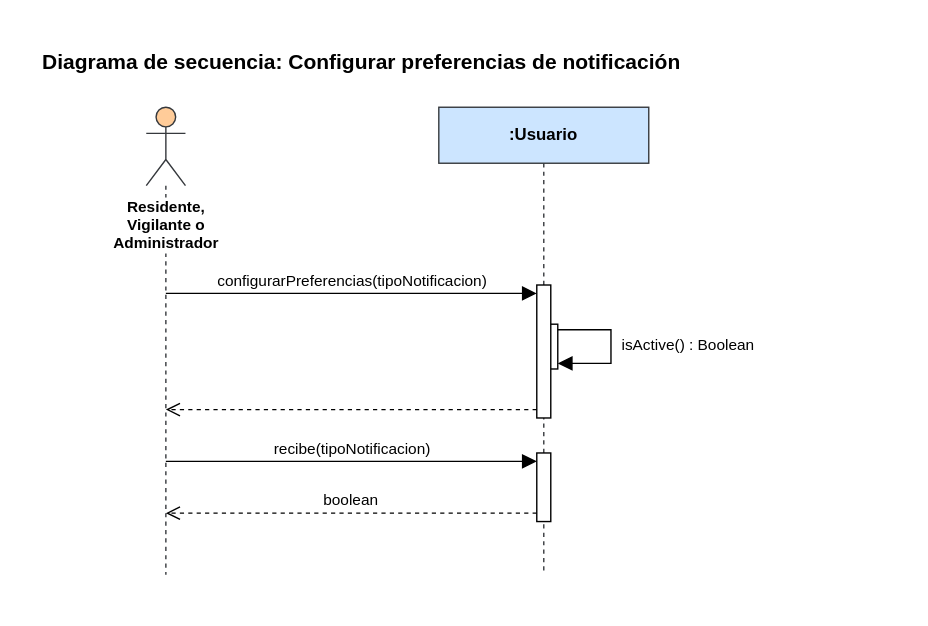
Earlier version of the draw.io export Diagramas/Secuencia/configurar-preferencias-de-notificacion.svg (manuel20051208/HorizontalSoftware-Back-End). Source tidied: cells renumbered, new cells last; positions are measured from the earlier drawing's top-left corner, leaving out a move shared by most shapes. Its diagram source:
```xml
<mxGraphModel>
  <root>
    <mxCell id="0" />
    <mxCell id="1" parent="0" />
    <mxCell id="2" value="&lt;b&gt;Diagrama de secuencia: Configurar preferencias de notificación&lt;/b&gt;" style="text;html=1;align=left;verticalAlign=top;whiteSpace=wrap;fontSize=15;" parent="1" vertex="1">
      <mxGeometry width="537" height="26" as="geometry" />
    </mxCell>
    <mxCell id="3" value="Residente,&lt;br&gt;Vigilante o&lt;br&gt;Administrador" style="shape=umlLifeline;participant=umlActor;perimeter=lifelinePerimeter;whiteSpace=nowrap;html=1;outlineConnect=0;portConstraint=eastwest;size=56;verticalAlign=top;spacingTop=58;labelBackgroundColor=#ffffff;fontStyle=1;fontSize=11;fillColor=#ffcc99;strokeColor=#36393d;" parent="1" vertex="1">
      <mxGeometry x="76" y="48" width="28" height="334" as="geometry" />
    </mxCell>
    <mxCell id="4" value=":Usuario" style="shape=umlLifeline;perimeter=lifelinePerimeter;whiteSpace=wrap;html=1;fillColor=#cce5ff;strokeColor=#36393d;fontStyle=1;fontSize=12;" parent="1" vertex="1">
      <mxGeometry x="285" y="48" width="150" height="334" as="geometry" />
    </mxCell>
    <mxCell id="5" style="html=1;points=[];perimeter=orthogonalPerimeter;fillColor=#ffffff;strokeColor=#000000;" parent="1" vertex="1">
      <mxGeometry x="360" y="203" width="10" height="32" as="geometry" />
    </mxCell>
    <mxCell id="6" style="html=1;points=[];perimeter=orthogonalPerimeter;fillColor=#ffffff;strokeColor=#000000;" parent="1" vertex="1">
      <mxGeometry x="355" y="175" width="10" height="95" as="geometry" />
    </mxCell>
    <mxCell id="7" style="html=1;points=[];perimeter=orthogonalPerimeter;fillColor=#ffffff;strokeColor=#000000;" parent="1" vertex="1">
      <mxGeometry x="355" y="295" width="10" height="49" as="geometry" />
    </mxCell>
    <mxCell id="8" value="configurarPreferencias(tipoNotificacion)" style="html=1;verticalAlign=bottom;rounded=0;fontSize=11;strokeColor=#000000;endArrow=block;endFill=1;endSize=8;exitX=0.5000;exitY=0.3982;exitDx=0;exitDy=0;exitPerimeter=0;entryX=0.0000;entryY=0.0632;entryDx=0;entryDy=0;entryPerimeter=0;" parent="1" edge="1" source="3" target="6">
      <mxGeometry relative="1" as="geometry" />
    </mxCell>
    <mxCell id="9" style="html=1;rounded=0;endArrow=block;endFill=1;endSize=8;strokeColor=#000000;exitX=1.0000;exitY=0.1250;exitDx=0;exitDy=0;exitPerimeter=0;entryX=1.0000;entryY=0.8750;entryDx=0;entryDy=0;entryPerimeter=0;" parent="1" edge="1" source="5" target="5">
      <mxGeometry relative="1" as="geometry">
        <Array as="points">
          <mxPoint x="408" y="207" />
          <mxPoint x="408" y="231" />
        </Array>
      </mxGeometry>
    </mxCell>
    <mxCell id="10" style="html=1;verticalAlign=bottom;rounded=0;fontSize=11;strokeColor=#000000;dashed=1;endArrow=open;endFill=0;endSize=8;exitX=0.0000;exitY=0.9368;exitDx=0;exitDy=0;exitPerimeter=0;entryX=0.5000;entryY=0.6467;entryDx=0;entryDy=0;entryPerimeter=0;" parent="1" edge="1" source="6" target="3">
      <mxGeometry relative="1" as="geometry" />
    </mxCell>
    <mxCell id="11" value="recibe(tipoNotificacion)" style="html=1;verticalAlign=bottom;rounded=0;fontSize=11;strokeColor=#000000;endArrow=block;endFill=1;endSize=8;exitX=0.5000;exitY=0.7575;exitDx=0;exitDy=0;exitPerimeter=0;entryX=0.0000;entryY=0.1224;entryDx=0;entryDy=0;entryPerimeter=0;" parent="1" edge="1" source="3" target="7">
      <mxGeometry relative="1" as="geometry" />
    </mxCell>
    <mxCell id="12" value="boolean" style="html=1;verticalAlign=bottom;rounded=0;fontSize=11;strokeColor=#000000;dashed=1;endArrow=open;endFill=0;endSize=8;exitX=0.0000;exitY=0.8776;exitDx=0;exitDy=0;exitPerimeter=0;entryX=0.5000;entryY=0.8683;entryDx=0;entryDy=0;entryPerimeter=0;" parent="1" edge="1" source="7" target="3">
      <mxGeometry relative="1" as="geometry" />
    </mxCell>
    <mxCell id="13" value="isActive() : Boolean" style="text;html=1;align=left;verticalAlign=top;whiteSpace=wrap;overflow=hidden;fontSize=11;" parent="1" vertex="1">
      <mxGeometry x="414" y="205" width="185" height="28" as="geometry" />
    </mxCell>
  </root>
</mxGraphModel>
```
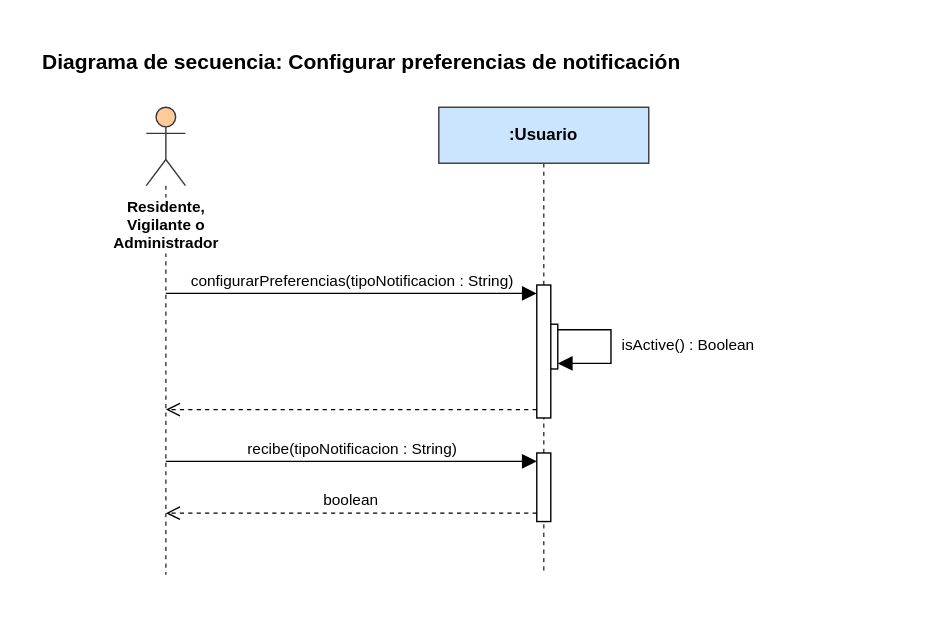
Above is the later version.

Change to the diagram source:
```diff
@@ -20,7 +20,7 @@
     <mxCell id="7" style="html=1;points=[];perimeter=orthogonalPerimeter;fillColor=#ffffff;strokeColor=#000000;" parent="1" vertex="1">
       <mxGeometry x="355" y="295" width="10" height="49" as="geometry" />
     </mxCell>
-    <mxCell id="8" value="configurarPreferencias(tipoNotificacion)" style="html=1;verticalAlign=bottom;rounded=0;fontSize=11;strokeColor=#000000;endArrow=block;endFill=1;endSize=8;exitX=0.5000;exitY=0.3982;exitDx=0;exitDy=0;exitPerimeter=0;entryX=0.0000;entryY=0.0632;entryDx=0;entryDy=0;entryPerimeter=0;" parent="1" edge="1" source="3" target="6">
+    <mxCell id="8" value="configurarPreferencias(tipoNotificacion : String)" style="html=1;verticalAlign=bottom;rounded=0;fontSize=11;strokeColor=#000000;endArrow=block;endFill=1;endSize=8;exitX=0.5000;exitY=0.3982;exitDx=0;exitDy=0;exitPerimeter=0;entryX=0.0000;entryY=0.0632;entryDx=0;entryDy=0;entryPerimeter=0;" parent="1" edge="1" source="3" target="6">
       <mxGeometry relative="1" as="geometry" />
     </mxCell>
     <mxCell id="9" style="html=1;rounded=0;endArrow=block;endFill=1;endSize=8;strokeColor=#000000;exitX=1.0000;exitY=0.1250;exitDx=0;exitDy=0;exitPerimeter=0;entryX=1.0000;entryY=0.8750;entryDx=0;entryDy=0;entryPerimeter=0;" parent="1" edge="1" source="5" target="5">
@@ -34,7 +34,7 @@
     <mxCell id="10" style="html=1;verticalAlign=bottom;rounded=0;fontSize=11;strokeColor=#000000;dashed=1;endArrow=open;endFill=0;endSize=8;exitX=0.0000;exitY=0.9368;exitDx=0;exitDy=0;exitPerimeter=0;entryX=0.5000;entryY=0.6467;entryDx=0;entryDy=0;entryPerimeter=0;" parent="1" edge="1" source="6" target="3">
       <mxGeometry relative="1" as="geometry" />
     </mxCell>
-    <mxCell id="11" value="recibe(tipoNotificacion)" style="html=1;verticalAlign=bottom;rounded=0;fontSize=11;strokeColor=#000000;endArrow=block;endFill=1;endSize=8;exitX=0.5000;exitY=0.7575;exitDx=0;exitDy=0;exitPerimeter=0;entryX=0.0000;entryY=0.1224;entryDx=0;entryDy=0;entryPerimeter=0;" parent="1" edge="1" source="3" target="7">
+    <mxCell id="11" value="recibe(tipoNotificacion : String)" style="html=1;verticalAlign=bottom;rounded=0;fontSize=11;strokeColor=#000000;endArrow=block;endFill=1;endSize=8;exitX=0.5000;exitY=0.7575;exitDx=0;exitDy=0;exitPerimeter=0;entryX=0.0000;entryY=0.1224;entryDx=0;entryDy=0;entryPerimeter=0;" parent="1" edge="1" source="3" target="7">
       <mxGeometry relative="1" as="geometry" />
     </mxCell>
     <mxCell id="12" value="boolean" style="html=1;verticalAlign=bottom;rounded=0;fontSize=11;strokeColor=#000000;dashed=1;endArrow=open;endFill=0;endSize=8;exitX=0.0000;exitY=0.8776;exitDx=0;exitDy=0;exitPerimeter=0;entryX=0.5000;entryY=0.8683;entryDx=0;entryDy=0;entryPerimeter=0;" parent="1" edge="1" source="7" target="3">
```
